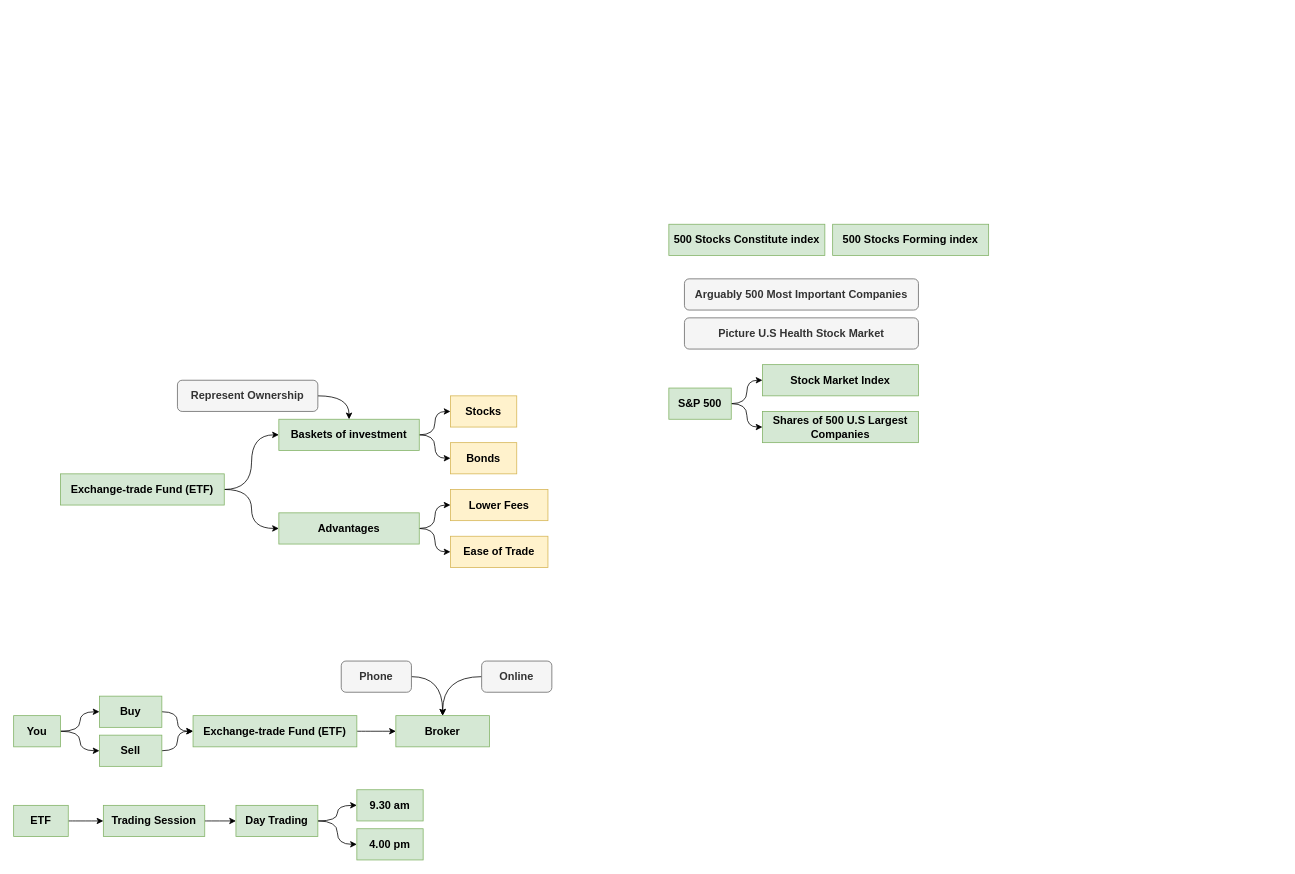
Cryptolibertarian-id/The-Carbon-Credit-Course keeps this draw.io diagram as page "ETF" (2 of 2) of draw.io/ETF.drawio. Above is the earlier version. Source tidied: cells renumbered, new cells numbered last; positions are measured from the earlier drawing's top-left corner, leaving out a move shared by most shapes. Both pictures are drawn from the tidied source at 78%, with x=0, y=0 at pixel (13, 224).
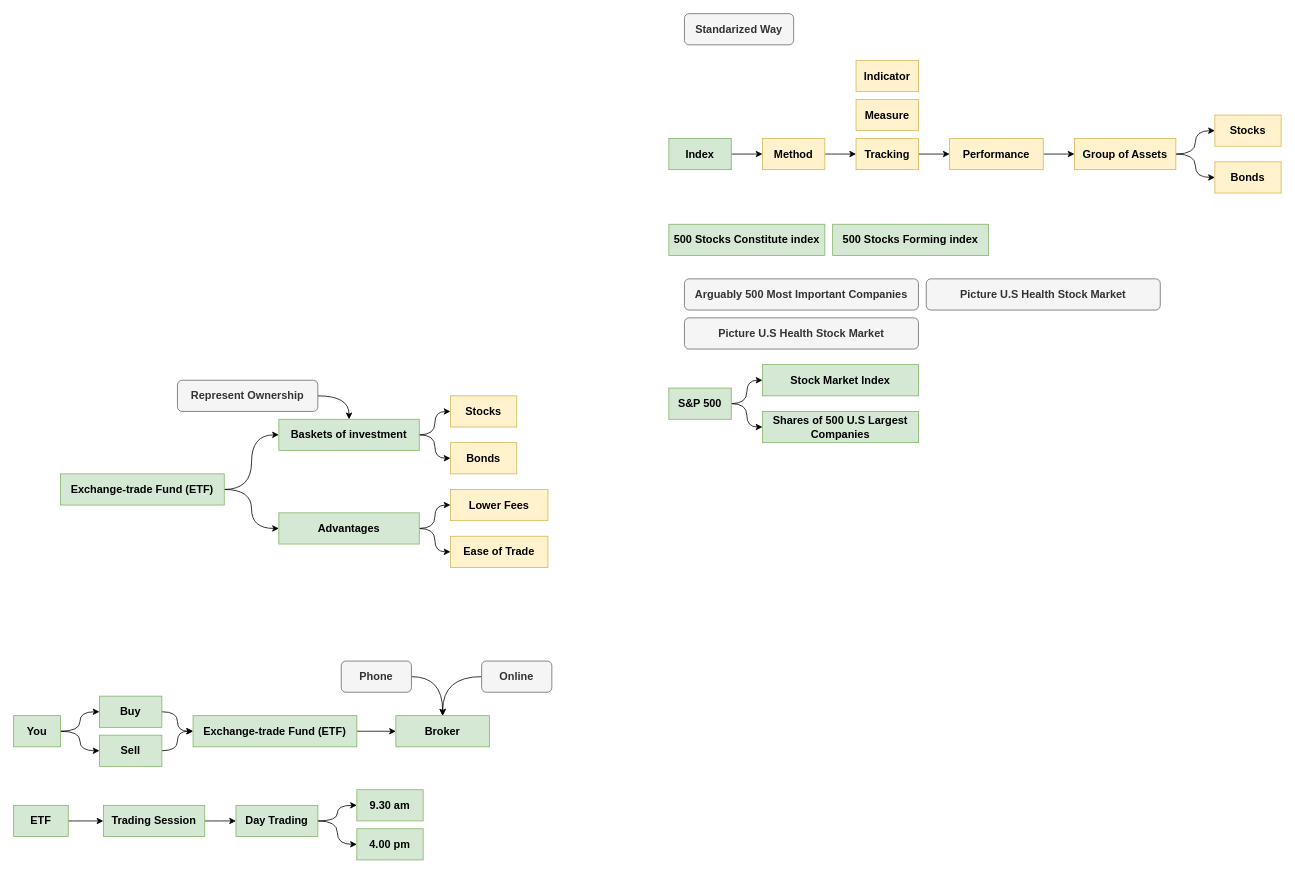
Above is the later version.

The edit, as a diff of the source:
```diff
@@
+    <mxCell id="49" style="edgeStyle=orthogonalEdgeStyle;curved=1;jettySize=auto;html=1;exitX=1;exitY=0.5;exitDx=0;exitDy=0;" parent="1" edge="1" source="50" target="52">
+      <mxGeometry relative="1" as="geometry" />
+    </mxCell>
+    <mxCell id="50" value="&lt;span style=&quot;font-size: 14px&quot;&gt;&lt;b&gt;Index&lt;/b&gt;&lt;/span&gt;" style="rounded=0;whiteSpace=wrap;html=1;fillColor=#d5e8d4;strokeColor=#82b366;" parent="1" vertex="1">
+      <mxGeometry x="840" y="-110" width="80" height="40" as="geometry" />
+    </mxCell>
+    <mxCell id="51" style="edgeStyle=orthogonalEdgeStyle;curved=1;jettySize=auto;html=1;exitX=1;exitY=0.5;exitDx=0;exitDy=0;" parent="1" edge="1" source="52" target="54">
+      <mxGeometry relative="1" as="geometry" />
+    </mxCell>
+    <mxCell id="52" value="&lt;span style=&quot;font-size: 14px&quot;&gt;&lt;b&gt;Method&lt;/b&gt;&lt;/span&gt;" style="rounded=0;whiteSpace=wrap;html=1;fillColor=#fff2cc;strokeColor=#d6b656;" parent="1" vertex="1">
+      <mxGeometry x="960" y="-110" width="80" height="40" as="geometry" />
+    </mxCell>
+    <mxCell id="53" style="edgeStyle=orthogonalEdgeStyle;curved=1;jettySize=auto;html=1;exitX=1;exitY=0.5;exitDx=0;exitDy=0;" parent="1" edge="1" source="54" target="56">
+      <mxGeometry relative="1" as="geometry" />
+    </mxCell>
+    <mxCell id="54" value="&lt;span style=&quot;font-size: 14px&quot;&gt;&lt;b&gt;Tracking&lt;/b&gt;&lt;/span&gt;" style="rounded=0;whiteSpace=wrap;html=1;fillColor=#fff2cc;strokeColor=#d6b656;" parent="1" vertex="1">
+      <mxGeometry x="1080" y="-110" width="80" height="40" as="geometry" />
+    </mxCell>
+    <mxCell id="55" style="edgeStyle=orthogonalEdgeStyle;curved=1;jettySize=auto;html=1;exitX=1;exitY=0.5;exitDx=0;exitDy=0;" parent="1" edge="1" source="56" target="60">
+      <mxGeometry relative="1" as="geometry" />
+    </mxCell>
+    <mxCell id="56" value="&lt;span style=&quot;font-size: 14px&quot;&gt;&lt;b&gt;Performance&lt;/b&gt;&lt;/span&gt;" style="rounded=0;whiteSpace=wrap;html=1;fillColor=#fff2cc;strokeColor=#d6b656;" parent="1" vertex="1">
+      <mxGeometry x="1200" y="-110" width="120" height="40" as="geometry" />
+    </mxCell>
+    <mxCell id="57" value="&lt;span style=&quot;font-size: 14px&quot;&gt;&lt;b&gt;Standarized Way&lt;/b&gt;&lt;/span&gt;" style="rounded=1;whiteSpace=wrap;html=1;fillColor=#f5f5f5;strokeColor=#666666;fontColor=#333333;" parent="1" vertex="1">
+      <mxGeometry x="860" y="-270" width="140" height="40" as="geometry" />
+    </mxCell>
+    <mxCell id="58" style="edgeStyle=orthogonalEdgeStyle;curved=1;jettySize=auto;html=1;exitX=1;exitY=0.5;exitDx=0;exitDy=0;" parent="1" edge="1" source="60" target="64">
+      <mxGeometry relative="1" as="geometry" />
+    </mxCell>
+    <mxCell id="59" style="edgeStyle=orthogonalEdgeStyle;curved=1;jettySize=auto;html=1;exitX=1;exitY=0.5;exitDx=0;exitDy=0;" parent="1" edge="1" source="60" target="63">
+      <mxGeometry relative="1" as="geometry" />
+    </mxCell>
+    <mxCell id="60" value="&lt;span style=&quot;font-size: 14px&quot;&gt;&lt;b&gt;Group of Assets&lt;/b&gt;&lt;/span&gt;" style="rounded=0;whiteSpace=wrap;html=1;fillColor=#fff2cc;strokeColor=#d6b656;" parent="1" vertex="1">
+      <mxGeometry x="1360" y="-110" width="130" height="40" as="geometry" />
+    </mxCell>
+    <mxCell id="61" value="&lt;span style=&quot;font-size: 14px&quot;&gt;&lt;b&gt;Measure&lt;/b&gt;&lt;/span&gt;" style="rounded=0;whiteSpace=wrap;html=1;fillColor=#fff2cc;strokeColor=#d6b656;" parent="1" vertex="1">
+      <mxGeometry x="1080" y="-160" width="80" height="40" as="geometry" />
+    </mxCell>
+    <mxCell id="62" value="&lt;span style=&quot;font-size: 14px&quot;&gt;&lt;b&gt;Indicator&lt;/b&gt;&lt;/span&gt;" style="rounded=0;whiteSpace=wrap;html=1;fillColor=#fff2cc;strokeColor=#d6b656;" parent="1" vertex="1">
+      <mxGeometry x="1080" y="-210" width="80" height="40" as="geometry" />
+    </mxCell>
+    <mxCell id="63" value="&lt;span style=&quot;font-size: 14px&quot;&gt;&lt;b&gt;Bonds&lt;/b&gt;&lt;/span&gt;" style="rounded=0;whiteSpace=wrap;html=1;fillColor=#fff2cc;strokeColor=#d6b656;" parent="1" vertex="1">
+      <mxGeometry x="1540" y="-80" width="85" height="40" as="geometry" />
+    </mxCell>
+    <mxCell id="64" value="&lt;span style=&quot;font-size: 14px&quot;&gt;&lt;b&gt;Stocks&lt;/b&gt;&lt;/span&gt;" style="rounded=0;whiteSpace=wrap;html=1;fillColor=#fff2cc;strokeColor=#d6b656;" parent="1" vertex="1">
+      <mxGeometry x="1540" y="-140" width="85" height="40" as="geometry" />
+    </mxCell>
+    <mxCell id="65" value="&lt;span style=&quot;font-size: 14px&quot;&gt;&lt;b&gt;Picture U.S Health Stock Market&lt;/b&gt;&lt;/span&gt;" style="rounded=1;whiteSpace=wrap;html=1;fillColor=#f5f5f5;strokeColor=#666666;fontColor=#333333;" parent="1" vertex="1">
+      <mxGeometry x="1170" y="70" width="300" height="40" as="geometry" />
+    </mxCell>
```
